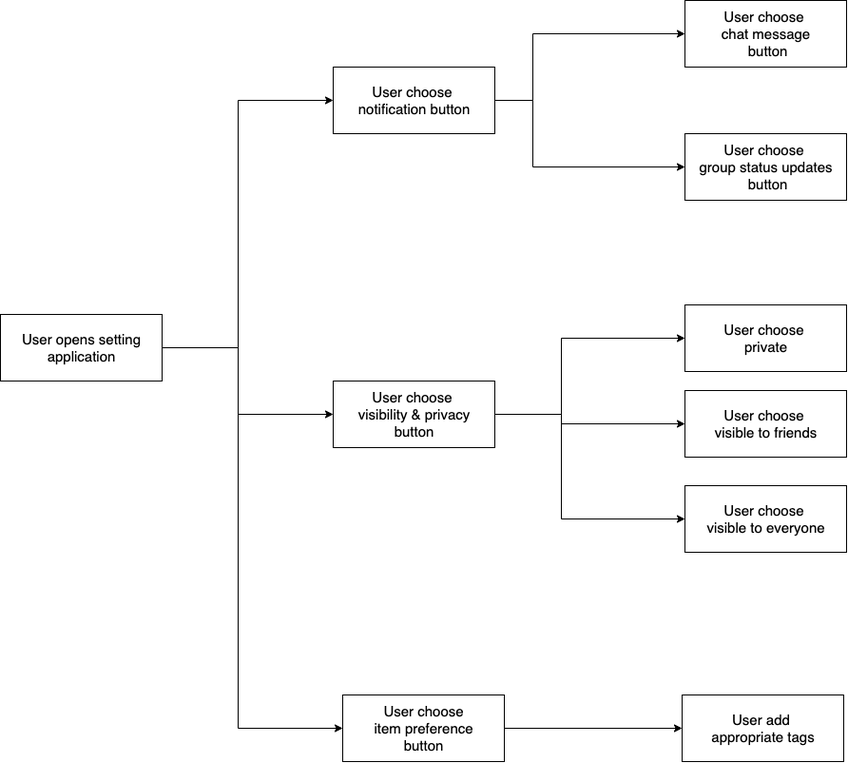
Before: Design/Sprint 2/Setting userflow.png, a diagram exported from draw.io (cis350/project-uniteandconquer). Source tidied: cells renumbered, new cells last; positions are measured from the earlier drawing's top-left corner, leaving out a move shared by most shapes.
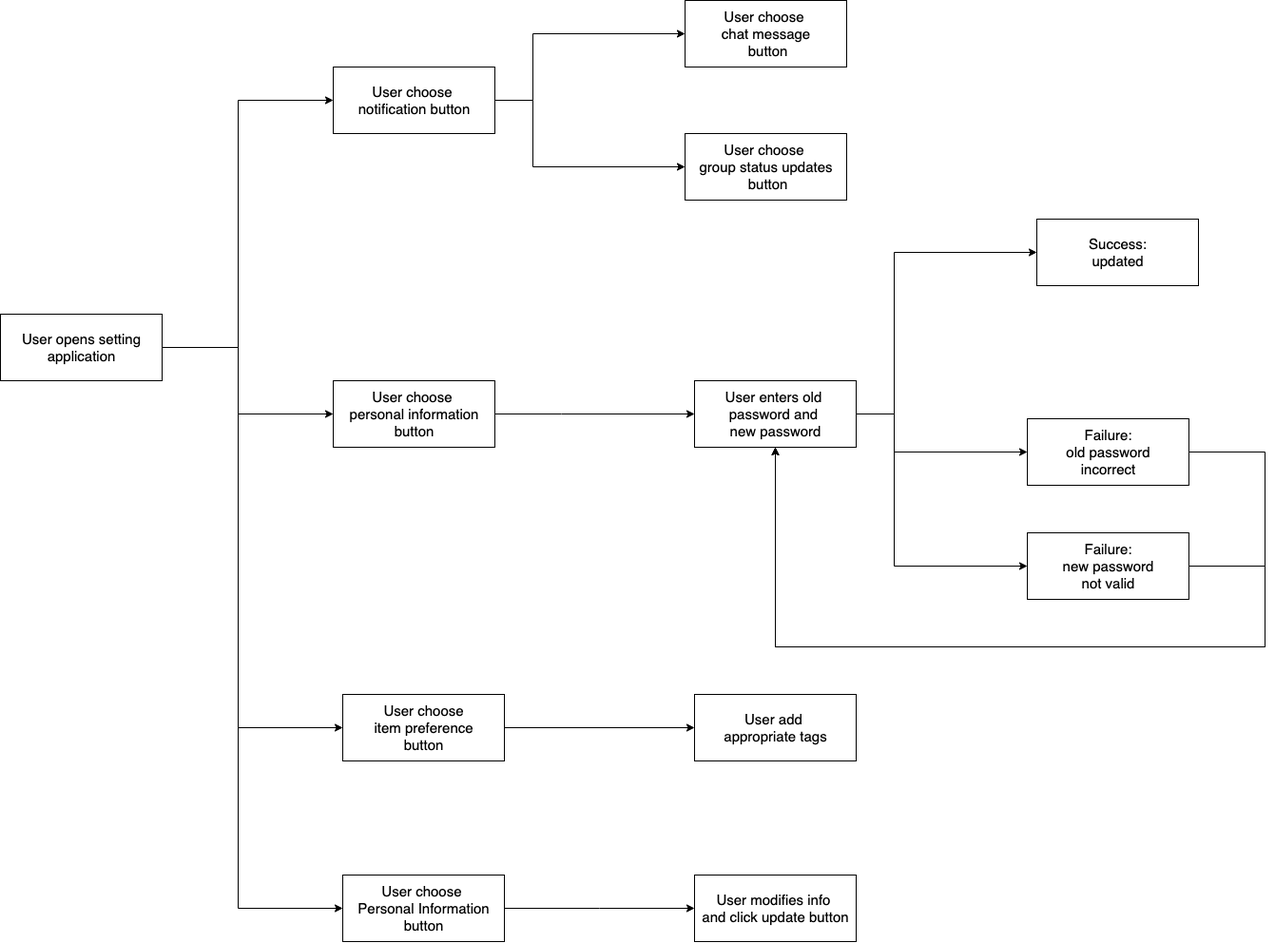
The same file after the commit.

Change to the diagram source:
```diff
@@ -34,7 +34,7 @@
         </Array>
       </mxGeometry>
     </mxCell>
-    <mxCell id="8" value="&lt;font style=&quot;font-size: 15px&quot;&gt;User choose&amp;nbsp;&lt;br&gt;visibility &amp;amp; privacy&lt;br&gt;button&lt;br&gt;&lt;/font&gt;" style="html=1;" parent="1" vertex="1">
+    <mxCell id="8" value="&lt;font style=&quot;font-size: 15px&quot;&gt;User choose&amp;nbsp;&lt;br&gt;personal information&lt;br&gt;button&lt;br&gt;&lt;/font&gt;" style="html=1;" parent="1" vertex="1">
       <mxGeometry x="350" y="400" width="170" height="70" as="geometry" />
     </mxCell>
     <mxCell id="9" value="&lt;font style=&quot;font-size: 15px&quot;&gt;User choose&amp;nbsp;&lt;br&gt;chat message&lt;br&gt;&amp;nbsp;button&lt;br&gt;&lt;/font&gt;" style="html=1;" parent="1" vertex="1">
@@ -57,35 +57,15 @@
         </Array>
       </mxGeometry>
     </mxCell>
-    <mxCell id="13" value="&lt;font style=&quot;font-size: 15px&quot;&gt;User choose&amp;nbsp;&lt;br&gt;visible to friends&lt;br&gt;&lt;/font&gt;" style="html=1;" parent="1" vertex="1">
-      <mxGeometry x="720" y="410" width="170" height="70" as="geometry" />
-    </mxCell>
-    <mxCell id="14" value="&lt;font style=&quot;font-size: 15px&quot;&gt;User choose&amp;nbsp;&lt;br&gt;private&lt;br&gt;&lt;/font&gt;" style="html=1;" parent="1" vertex="1">
-      <mxGeometry x="720" y="320" width="170" height="70" as="geometry" />
-    </mxCell>
-    <mxCell id="15" value="&lt;font style=&quot;font-size: 15px&quot;&gt;User choose&amp;nbsp;&lt;br&gt;visible to everyone&lt;br&gt;&lt;/font&gt;" style="html=1;" parent="1" vertex="1">
-      <mxGeometry x="720" y="510" width="170" height="70" as="geometry" />
+    <mxCell id="15" value="&lt;font style=&quot;font-size: 15px&quot;&gt;User enters old&amp;nbsp;&lt;br&gt;password and &lt;br&gt;new password&lt;br&gt;&lt;/font&gt;" style="html=1;" parent="1" vertex="1">
+      <mxGeometry x="730" y="400" width="170" height="70" as="geometry" />
     </mxCell>
     <mxCell id="16" value="&lt;font style=&quot;font-size: 15px&quot;&gt;User add&amp;nbsp;&lt;br&gt;appropriate tags&lt;br&gt;&lt;/font&gt;" style="html=1;" parent="1" vertex="1">
-      <mxGeometry x="717" y="730" width="170" height="70" as="geometry" />
+      <mxGeometry x="730" y="730" width="170" height="70" as="geometry" />
     </mxCell>
     <mxCell id="17" style="endArrow=classic;html=1;rounded=0;exitX=1;exitY=0.5;exitDx=0;exitDy=0;entryX=0;entryY=0.5;entryDx=0;entryDy=0;" parent="1" edge="1" source="6" target="16">
       <mxGeometry relative="1" as="geometry" />
     </mxCell>
-    <mxCell id="18" style="edgeStyle=elbowEdgeStyle;elbow=horizontal;endArrow=classic;html=1;rounded=0;exitX=1;exitY=0.5;exitDx=0;exitDy=0;entryX=0;entryY=0.5;entryDx=0;entryDy=0;" parent="1" edge="1" source="8" target="14">
-      <mxGeometry relative="1" as="geometry">
-        <Array as="points">
-          <mxPoint x="590" y="345" />
-        </Array>
-      </mxGeometry>
-    </mxCell>
-    <mxCell id="19" style="edgeStyle=elbowEdgeStyle;elbow=horizontal;endArrow=classic;html=1;rounded=0;entryX=0;entryY=0.5;entryDx=0;entryDy=0;exitX=1;exitY=0.5;exitDx=0;exitDy=0;" parent="1" edge="1" source="8" target="13">
-      <mxGeometry relative="1" as="geometry">
-        <Array as="points">
-          <mxPoint x="590" y="450" />
-        </Array>
-      </mxGeometry>
-    </mxCell>
     <mxCell id="20" style="edgeStyle=elbowEdgeStyle;elbow=horizontal;endArrow=classic;html=1;rounded=0;exitX=1;exitY=0.5;exitDx=0;exitDy=0;entryX=0;entryY=0.5;entryDx=0;entryDy=0;" parent="1" edge="1" source="8" target="15">
       <mxGeometry relative="1" as="geometry">
         <Array as="points">
@@ -93,5 +73,74 @@
         </Array>
       </mxGeometry>
     </mxCell>
+    <mxCell id="21" value="&lt;font style=&quot;font-size: 15px&quot;&gt;User choose&amp;nbsp;&lt;br&gt;Personal Information&lt;br&gt;button&lt;br&gt;&lt;/font&gt;" style="html=1;" parent="1" vertex="1">
+      <mxGeometry x="360" y="920" width="170" height="70" as="geometry" />
+    </mxCell>
+    <mxCell id="22" value="&lt;font style=&quot;font-size: 15px&quot;&gt;User modifies info&amp;nbsp;&lt;br&gt;and click update button&lt;br&gt;&lt;/font&gt;" style="html=1;" parent="1" vertex="1">
+      <mxGeometry x="730" y="920" width="170" height="70" as="geometry" />
+    </mxCell>
+    <mxCell id="23" style="edgeStyle=elbowEdgeStyle;elbow=horizontal;endArrow=classic;html=1;rounded=0;exitX=1;exitY=0.5;exitDx=0;exitDy=0;entryX=0;entryY=0.5;entryDx=0;entryDy=0;" parent="1" edge="1" source="21" target="22">
+      <mxGeometry relative="1" as="geometry">
+        <Array as="points">
+          <mxPoint x="630" y="950" />
+        </Array>
+      </mxGeometry>
+    </mxCell>
+    <mxCell id="24" style="edgeStyle=elbowEdgeStyle;elbow=horizontal;endArrow=classic;html=1;rounded=0;exitX=1;exitY=0.5;exitDx=0;exitDy=0;entryX=0;entryY=0.5;entryDx=0;entryDy=0;" parent="1" edge="1" source="2" target="21">
+      <mxGeometry relative="1" as="geometry">
+        <Array as="points">
+          <mxPoint x="250" y="570" />
+          <mxPoint x="270" y="275" />
+        </Array>
+      </mxGeometry>
+    </mxCell>
+    <mxCell id="25" style="edgeStyle=elbowEdgeStyle;elbow=horizontal;endArrow=classic;html=1;rounded=0;exitX=1;exitY=0.5;exitDx=0;exitDy=0;entryX=0;entryY=0.5;entryDx=0;entryDy=0;" parent="1" edge="1" source="15" target="26">
+      <mxGeometry relative="1" as="geometry">
+        <Array as="points">
+          <mxPoint x="940" y="345" />
+        </Array>
+      </mxGeometry>
+    </mxCell>
+    <mxCell id="26" value="&lt;font style=&quot;font-size: 15px&quot;&gt;Success:&lt;br&gt;updated&lt;br&gt;&lt;/font&gt;" style="html=1;" parent="1" vertex="1">
+      <mxGeometry x="1090" y="230" width="170" height="70" as="geometry" />
+    </mxCell>
+    <mxCell id="27" style="edgeStyle=elbowEdgeStyle;elbow=horizontal;endArrow=classic;html=1;rounded=0;exitX=1;exitY=0.5;exitDx=0;exitDy=0;entryX=0;entryY=0.5;entryDx=0;entryDy=0;" parent="1" edge="1" source="15" target="28">
+      <mxGeometry relative="1" as="geometry">
+        <Array as="points">
+          <mxPoint x="940" y="410" />
+        </Array>
+      </mxGeometry>
+    </mxCell>
+    <mxCell id="28" value="&lt;font style=&quot;font-size: 15px&quot;&gt;Failure:&lt;br&gt;old password&lt;br&gt;incorrect&lt;br&gt;&lt;/font&gt;" style="html=1;" parent="1" vertex="1">
+      <mxGeometry x="1080" y="440" width="170" height="70" as="geometry" />
+    </mxCell>
+    <mxCell id="29" value="&lt;font style=&quot;font-size: 15px&quot;&gt;Failure:&lt;br&gt;new password&lt;br&gt;not valid&lt;br&gt;&lt;/font&gt;" style="html=1;" parent="1" vertex="1">
+      <mxGeometry x="1080" y="560" width="170" height="70" as="geometry" />
+    </mxCell>
+    <mxCell id="30" style="edgeStyle=elbowEdgeStyle;elbow=horizontal;endArrow=classic;html=1;rounded=0;exitX=1;exitY=0.5;exitDx=0;exitDy=0;entryX=0;entryY=0.5;entryDx=0;entryDy=0;" parent="1" edge="1" source="15" target="29">
+      <mxGeometry relative="1" as="geometry">
+        <Array as="points">
+          <mxPoint x="940" y="500" />
+        </Array>
+      </mxGeometry>
+    </mxCell>
+    <mxCell id="31" style="edgeStyle=orthogonalEdgeStyle;elbow=horizontal;endArrow=classic;html=1;rounded=0;exitX=1;exitY=0.5;exitDx=0;exitDy=0;" parent="1" edge="1" source="28" target="15">
+      <mxGeometry relative="1" as="geometry">
+        <Array as="points">
+          <mxPoint x="1330" y="475" />
+          <mxPoint x="1330" y="680" />
+          <mxPoint x="815" y="680" />
+        </Array>
+      </mxGeometry>
+    </mxCell>
+    <mxCell id="32" style="edgeStyle=orthogonalEdgeStyle;endArrow=classic;html=1;rounded=0;exitX=1;exitY=0.5;exitDx=0;exitDy=0;entryX=0.5;entryY=1;entryDx=0;entryDy=0;" parent="1" edge="1" source="29" target="15">
+      <mxGeometry relative="1" as="geometry">
+        <Array as="points">
+          <mxPoint x="1330" y="595" />
+          <mxPoint x="1330" y="680" />
+          <mxPoint x="815" y="680" />
+        </Array>
+      </mxGeometry>
+    </mxCell>
   </root>
 </mxGraphModel>
```
